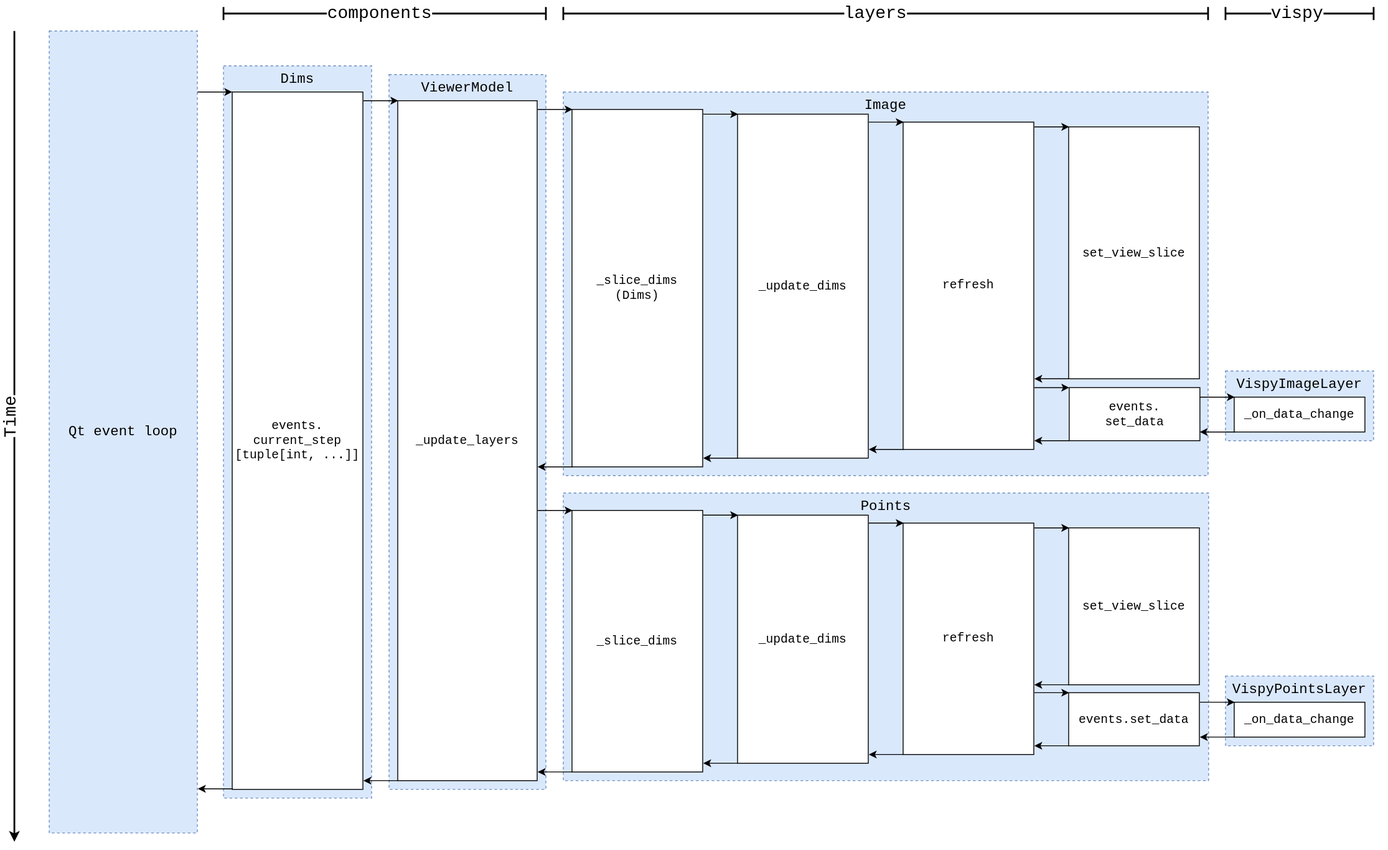
andy-sweet/napari-diagrams keeps this draw.io diagram as napari-slicing-sync-calls.drawio.svg. Above is the earlier version. Source tidied: cells renumbered, new cells last; positions are measured from the earlier drawing's top-left corner, leaving out a move shared by most shapes.
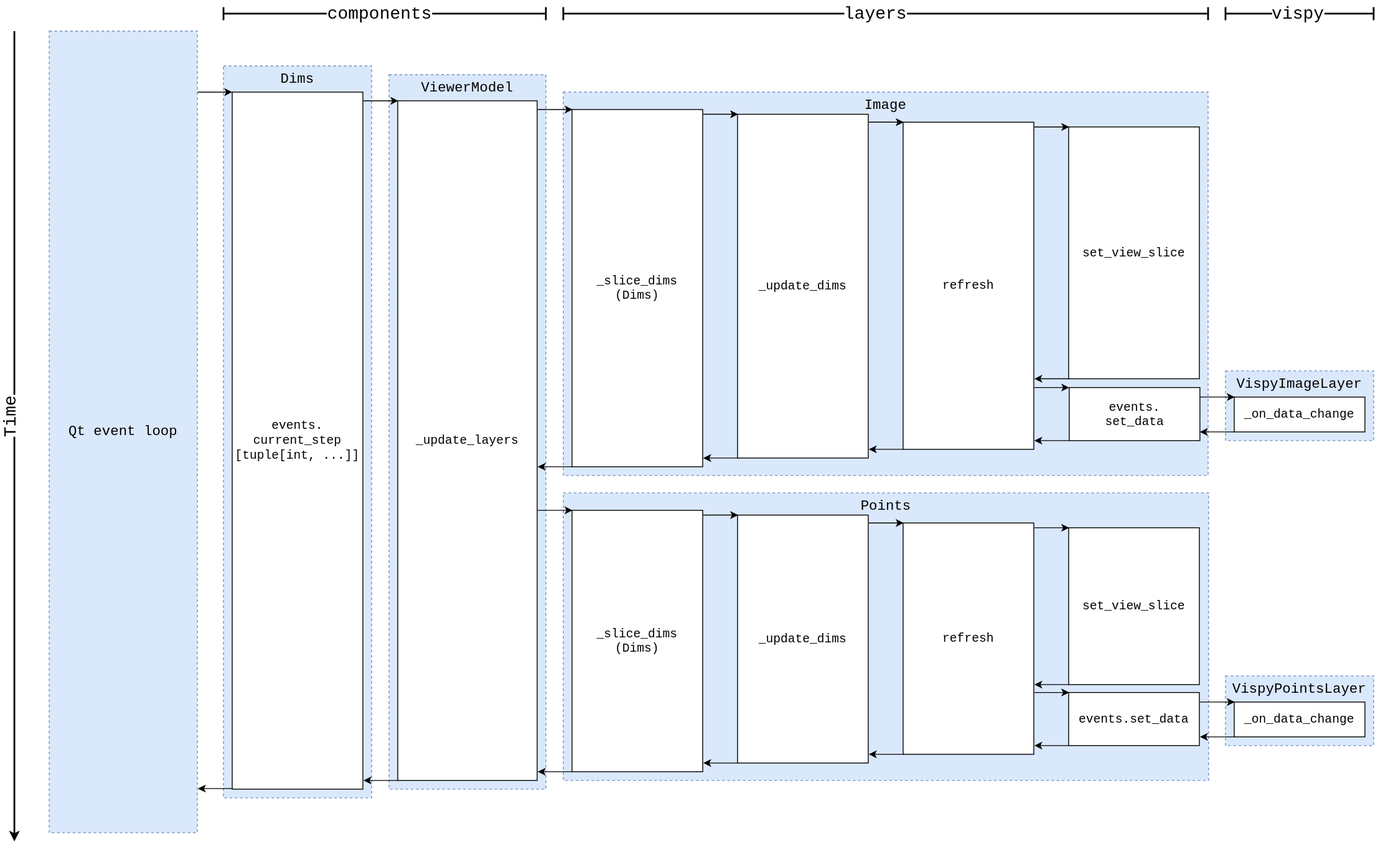
After the commit.

The edit, as a diff of the source:
```diff
@@ -137,7 +137,7 @@
     <mxCell id="30" value="Points" style="rounded=0;whiteSpace=wrap;html=1;verticalAlign=top;align=center;spacingLeft=0;spacingTop=0;dashed=1;fillColor=#dae8fc;strokeColor=#6c8ebf;fontSize=16;fontFamily=Courier New;" parent="1" vertex="1">
       <mxGeometry x="630" y="550" width="740.6" height="330" as="geometry" />
     </mxCell>
-    <mxCell id="31" value="_slice_dims" style="rounded=0;whiteSpace=wrap;html=1;fontSize=14;fontFamily=Courier New;" parent="1" vertex="1">
+    <mxCell id="31" value="_slice_dims&lt;br&gt;(Dims)" style="rounded=0;whiteSpace=wrap;html=1;fontSize=14;fontFamily=Courier New;" parent="1" vertex="1">
       <mxGeometry x="640" y="570" width="150" height="300" as="geometry" />
     </mxCell>
     <mxCell id="32" value="_update_dims" style="rounded=0;whiteSpace=wrap;html=1;fontSize=14;fontFamily=Courier New;" parent="1" vertex="1">
```
